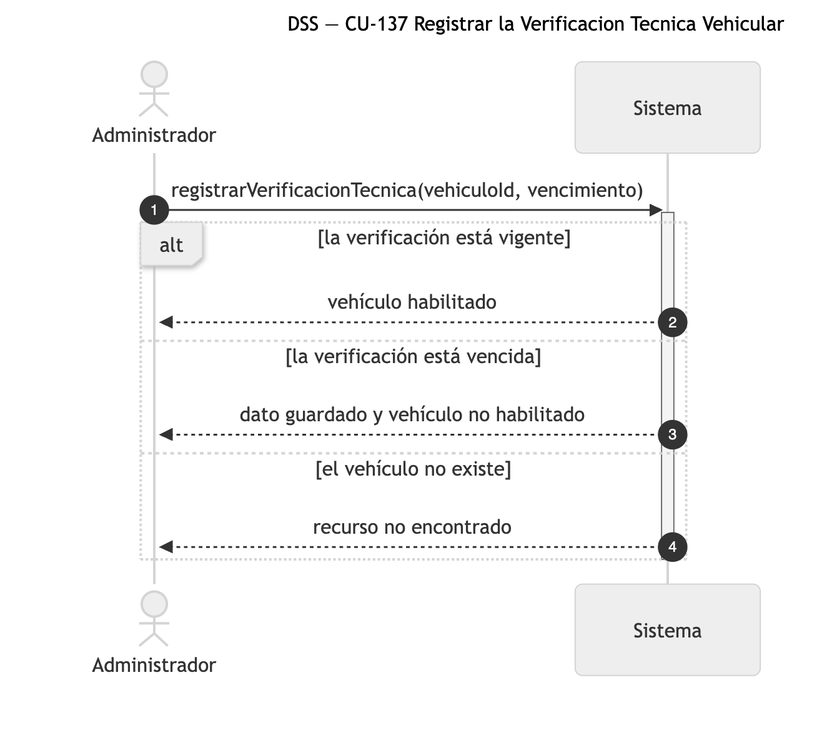
Earlier version of the Mermaid export diagramas/png/DSS_CU-137_Registrar-la-Verificacion-Tecnica-Vehicular.png (Nahuelito-Dev/splg-docs). Its source is kept beside it as diagramas/DSS_CU-137_Registrar-la-Verificacion-Tecnica-Vehicular.mmd. Source of this version:
```mermaid
sequenceDiagram
    title DSS — CU-137 Registrar la Verificacion Tecnica Vehicular
    autonumber
    actor ADM as Administrador
    participant SIS as Sistema

    ADM->>SIS: registrarVerificacionTecnica(vehiculoId, vencimiento)
    activate SIS
    alt la verificación está vigente
        SIS-->>ADM: vehículo habilitado
    else la verificación está vencida
        SIS-->>ADM: dato guardado y vehículo no habilitado
    else el vehículo no existe
        SIS-->>ADM: recurso no encontrado
    end
    deactivate SIS
```
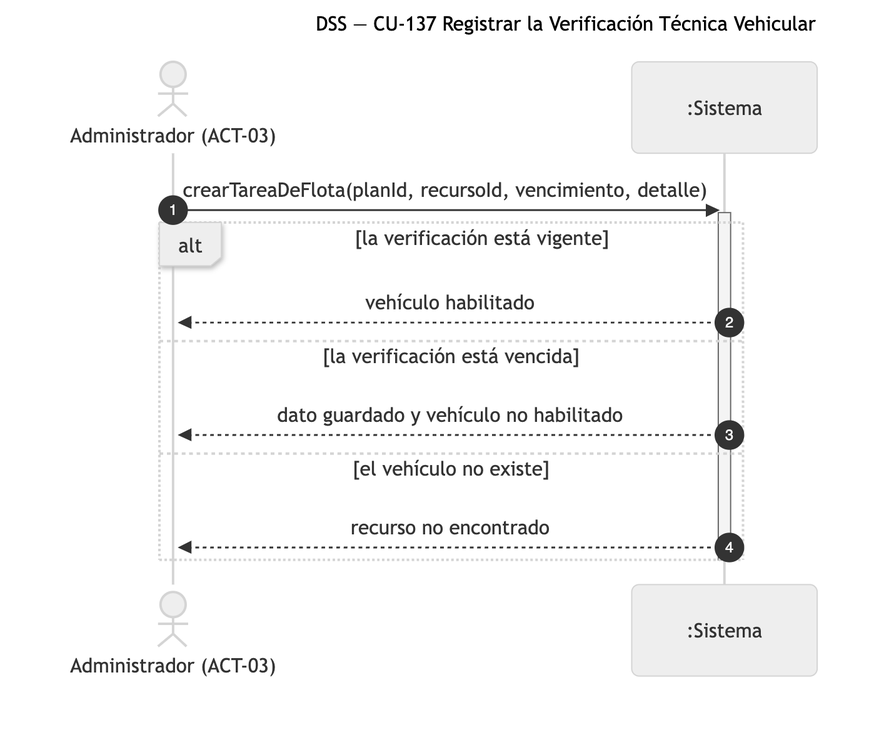
The same file after the commit.

The edit, as a diff of the source:
```diff
@@ -1,10 +1,10 @@
 sequenceDiagram
-    title DSS — CU-137 Registrar la Verificacion Tecnica Vehicular
+    title DSS — CU-137 Registrar la Verificación Técnica Vehicular
     autonumber
-    actor ADM as Administrador
-    participant SIS as Sistema
+    actor ADM as Administrador (ACT-03)
+    participant SIS as :Sistema
 
-    ADM->>SIS: registrarVerificacionTecnica(vehiculoId, vencimiento)
+    ADM->>SIS: crearTareaDeFlota(planId, recursoId, vencimiento, detalle)
     activate SIS
     alt la verificación está vigente
         SIS-->>ADM: vehículo habilitado
```
